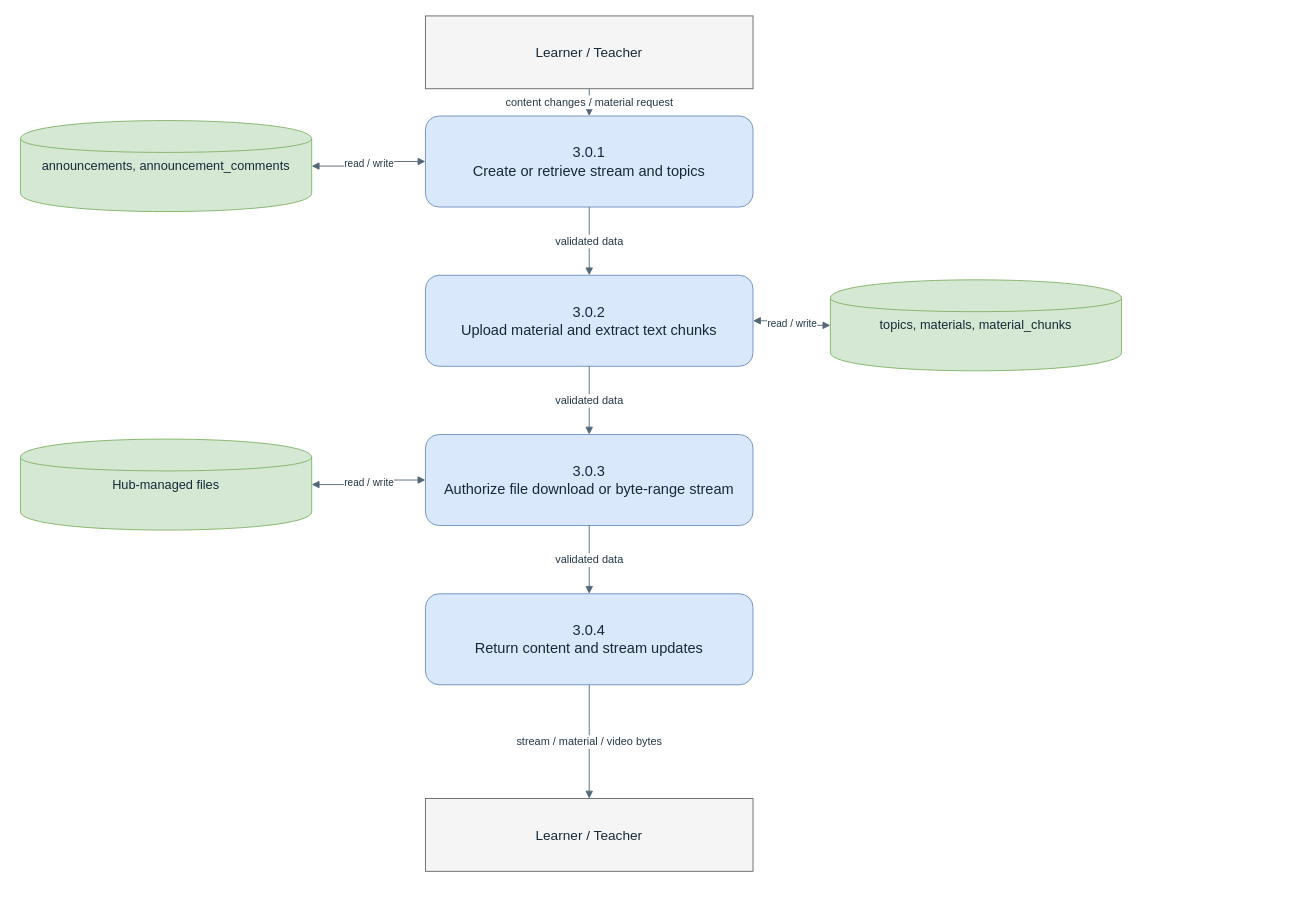
BootlegYouki/L.A.R.A keeps this draw.io diagram as docs/thesis/chapter-3/diagrams/dfd-level-2-stream-materials.drawio. Above is the earlier version. Source tidied: cells renumbered, new cells numbered last; positions are measured from the earlier drawing's top-left corner, leaving out a move shared by most shapes. Both pictures are drawn from the tidied source at 91%, with x=0, y=0 at pixel (20, 15).
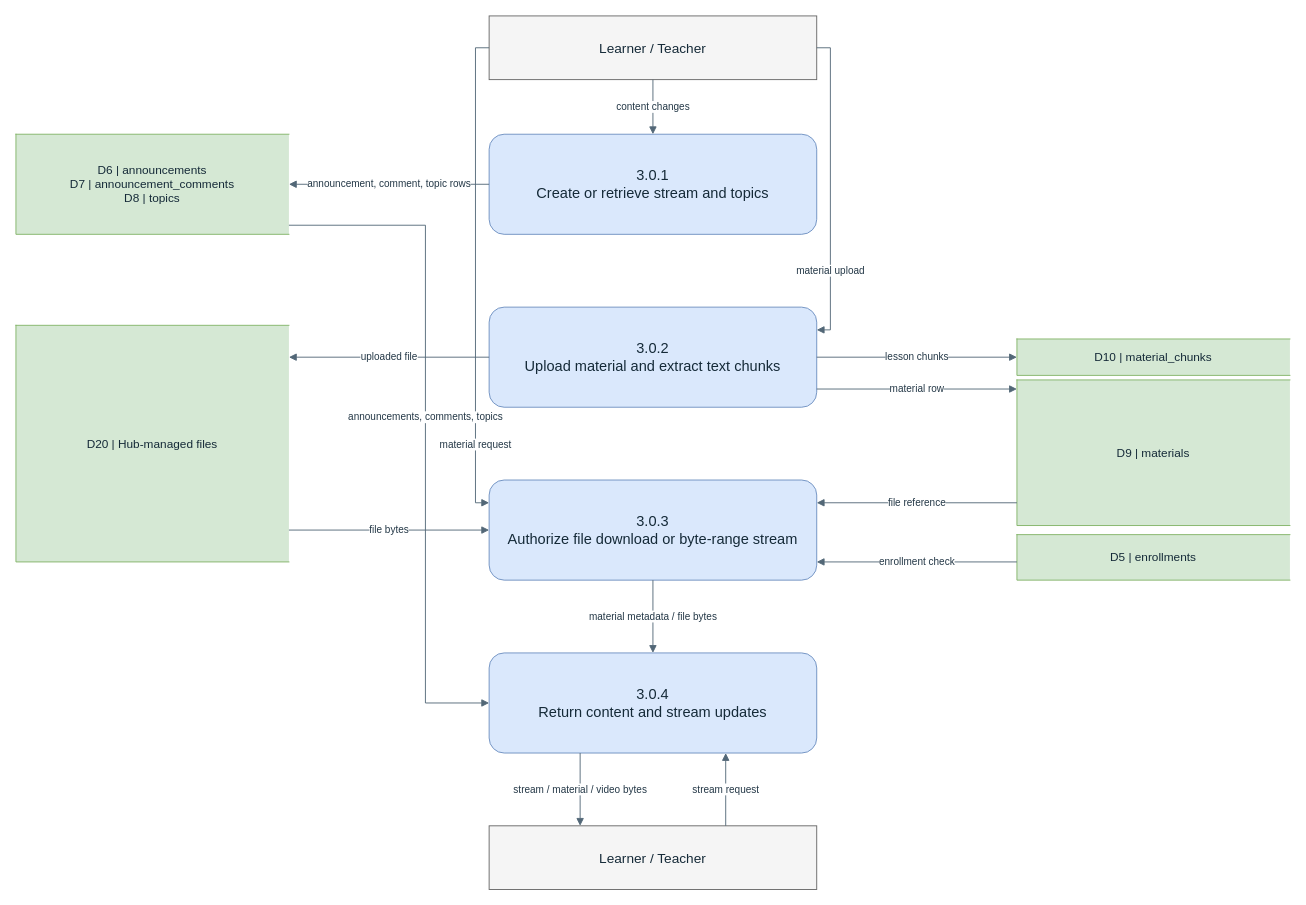
After the change.

The edit, as a diff of the source:
```diff
@@
     <mxCell id="2" value="Learner / Teacher" style="rounded=0;whiteSpace=wrap;html=1;fillColor=#f5f5f5;strokeColor=#666666;fontColor=#152a38;fontSize=15;align=center;verticalAlign=middle;spacing=6;" parent="1" vertex="1">
-      <mxGeometry x="445" width="360" height="80" as="geometry" />
+      <mxGeometry x="515" width="360" height="70" as="geometry" />
     </mxCell>
-    <mxCell id="3" value="Learner / Teacher" style="rounded=0;whiteSpace=wrap;html=1;fillColor=#f5f5f5;strokeColor=#666666;fontColor=#152a38;fontSize=15;align=center;verticalAlign=middle;spacing=6;" parent="1" vertex="1">
-      <mxGeometry x="445" y="860" width="360" height="80" as="geometry" />
+    <mxCell id="3" value="3.0.1&#10;Create or retrieve stream and topics" style="rounded=1;whiteSpace=wrap;html=1;fillColor=#dae8fc;strokeColor=#6c8ebf;fontColor=#152a38;fontSize=16;align=center;verticalAlign=middle;spacing=6;" parent="1" vertex="1">
+      <mxGeometry x="515" y="130" width="360" height="110" as="geometry" />
     </mxCell>
-    <mxCell id="4" value="3.0.1&#10;Create or retrieve stream and topics" style="rounded=1;whiteSpace=wrap;html=1;fillColor=#dae8fc;strokeColor=#6c8ebf;fontColor=#152a38;fontSize=16;align=center;verticalAlign=middle;spacing=6;" parent="1" vertex="1">
-      <mxGeometry x="445" y="110" width="360" height="100" as="geometry" />
+    <mxCell id="4" value="3.0.2&#10;Upload material and extract text chunks" style="rounded=1;whiteSpace=wrap;html=1;fillColor=#dae8fc;strokeColor=#6c8ebf;fontColor=#152a38;fontSize=16;align=center;verticalAlign=middle;spacing=6;" parent="1" vertex="1">
+      <mxGeometry x="515" y="320" width="360" height="110" as="geometry" />
     </mxCell>
-    <mxCell id="5" value="3.0.2&#10;Upload material and extract text chunks" style="rounded=1;whiteSpace=wrap;html=1;fillColor=#dae8fc;strokeColor=#6c8ebf;fontColor=#152a38;fontSize=16;align=center;verticalAlign=middle;spacing=6;" parent="1" vertex="1">
-      <mxGeometry x="445" y="285" width="360" height="100" as="geometry" />
+    <mxCell id="5" value="3.0.3&#10;Authorize file download or byte-range stream" style="rounded=1;whiteSpace=wrap;html=1;fillColor=#dae8fc;strokeColor=#6c8ebf;fontColor=#152a38;fontSize=16;align=center;verticalAlign=middle;spacing=6;" parent="1" vertex="1">
+      <mxGeometry x="515" y="510" width="360" height="110" as="geometry" />
     </mxCell>
-    <mxCell id="6" value="3.0.3&#10;Authorize file download or byte-range stream" style="rounded=1;whiteSpace=wrap;html=1;fillColor=#dae8fc;strokeColor=#6c8ebf;fontColor=#152a38;fontSize=16;align=center;verticalAlign=middle;spacing=6;" parent="1" vertex="1">
-      <mxGeometry x="445" y="460" width="360" height="100" as="geometry" />
+    <mxCell id="6" value="3.0.4&#10;Return content and stream updates" style="rounded=1;whiteSpace=wrap;html=1;fillColor=#dae8fc;strokeColor=#6c8ebf;fontColor=#152a38;fontSize=16;align=center;verticalAlign=middle;spacing=6;" parent="1" vertex="1">
+      <mxGeometry x="515" y="700" width="360" height="110" as="geometry" />
     </mxCell>
-    <mxCell id="7" value="3.0.4&#10;Return content and stream updates" style="rounded=1;whiteSpace=wrap;html=1;fillColor=#dae8fc;strokeColor=#6c8ebf;fontColor=#152a38;fontSize=16;align=center;verticalAlign=middle;spacing=6;" parent="1" vertex="1">
-      <mxGeometry x="445" y="635" width="360" height="100" as="geometry" />
+    <mxCell id="7" value="Learner / Teacher" style="rounded=0;whiteSpace=wrap;html=1;fillColor=#f5f5f5;strokeColor=#666666;fontColor=#152a38;fontSize=15;align=center;verticalAlign=middle;spacing=6;" parent="1" vertex="1">
+      <mxGeometry x="515" y="890" width="360" height="70" as="geometry" />
     </mxCell>
-    <mxCell id="8" value="announcements, announcement_comments" style="shape=cylinder;whiteSpace=wrap;html=1;fillColor=#d5e8d4;strokeColor=#82b366;fontColor=#152a38;fontSize=14;align=center;verticalAlign=middle;spacing=6;" parent="1" vertex="1">
-      <mxGeometry y="115" width="320" height="100" as="geometry" />
+    <mxCell id="8" value="D6 | announcements&#10;D7 | announcement_comments&#10;D8 | topics" style="shape=partialRectangle;left=1;right=0;top=1;bottom=1;whiteSpace=wrap;html=1;fillColor=#d5e8d4;strokeColor=#82b366;fontColor=#152a38;fontSize=13;align=center;verticalAlign=middle;spacing=5;" parent="1" vertex="1">
+      <mxGeometry x="-5" y="130" width="300" height="110" as="geometry" />
     </mxCell>
-    <mxCell id="9" value="topics, materials, material_chunks" style="shape=cylinder;whiteSpace=wrap;html=1;fillColor=#d5e8d4;strokeColor=#82b366;fontColor=#152a38;fontSize=14;align=center;verticalAlign=middle;spacing=6;" parent="1" vertex="1">
-      <mxGeometry x="890" y="290" width="320" height="100" as="geometry" />
+    <mxCell id="9" value="D20 | Hub-managed files" style="shape=partialRectangle;left=1;right=0;top=1;bottom=1;whiteSpace=wrap;html=1;fillColor=#d5e8d4;strokeColor=#82b366;fontColor=#152a38;fontSize=13;align=center;verticalAlign=middle;spacing=5;" parent="1" vertex="1">
+      <mxGeometry x="-5" y="340" width="300" height="260" as="geometry" />
     </mxCell>
-    <mxCell id="10" value="Hub-managed files" style="shape=cylinder;whiteSpace=wrap;html=1;fillColor=#d5e8d4;strokeColor=#82b366;fontColor=#152a38;fontSize=14;align=center;verticalAlign=middle;spacing=6;" parent="1" vertex="1">
-      <mxGeometry y="465" width="320" height="100" as="geometry" />
+    <mxCell id="10" value="D10 | material_chunks" style="shape=partialRectangle;left=1;right=0;top=1;bottom=1;whiteSpace=wrap;html=1;fillColor=#d5e8d4;strokeColor=#82b366;fontColor=#152a38;fontSize=13;align=center;verticalAlign=middle;spacing=5;" parent="1" vertex="1">
+      <mxGeometry x="1095" y="355" width="300" height="40" as="geometry" />
     </mxCell>
-    <mxCell id="11" value="content changes / material request" style="edgeStyle=orthogonalEdgeStyle;rounded=0;jettySize=auto;html=1;strokeColor=#526777;fontColor=#233746;fontSize=12;endArrow=block;endFill=1;labelBackgroundColor=#ffffff;" parent="1" edge="1" source="2" target="4">
-      <mxGeometry relative="1" as="geometry" />
+    <mxCell id="11" value="D9 | materials" style="shape=partialRectangle;left=1;right=0;top=1;bottom=1;whiteSpace=wrap;html=1;fillColor=#d5e8d4;strokeColor=#82b366;fontColor=#152a38;fontSize=13;align=center;verticalAlign=middle;spacing=5;" parent="1" vertex="1">
+      <mxGeometry x="1095" y="400" width="300" height="160" as="geometry" />
     </mxCell>
-    <mxCell id="12" value="validated data" style="edgeStyle=orthogonalEdgeStyle;rounded=0;jettySize=auto;html=1;strokeColor=#526777;fontColor=#233746;fontSize=12;endArrow=block;endFill=1;labelBackgroundColor=#ffffff;" parent="1" edge="1" source="4" target="5">
-      <mxGeometry relative="1" as="geometry" />
+    <mxCell id="12" value="D5 | enrollments" style="shape=partialRectangle;left=1;right=0;top=1;bottom=1;whiteSpace=wrap;html=1;fillColor=#d5e8d4;strokeColor=#82b366;fontColor=#152a38;fontSize=13;align=center;verticalAlign=middle;spacing=5;" parent="1" vertex="1">
+      <mxGeometry x="1095" y="570" width="300" height="50" as="geometry" />
     </mxCell>
-    <mxCell id="13" value="validated data" style="edgeStyle=orthogonalEdgeStyle;rounded=0;jettySize=auto;html=1;strokeColor=#526777;fontColor=#233746;fontSize=12;endArrow=block;endFill=1;labelBackgroundColor=#ffffff;" parent="1" edge="1" source="5" target="6">
+    <mxCell id="13" value="content changes" style="rounded=0;html=1;strokeColor=#526777;fontColor=#233746;fontSize=11;endArrow=block;endFill=1;labelBackgroundColor=#ffffff;exitX=0.5;exitY=1.0;exitDx=0;exitDy=0;entryX=0.5;entryY=0.0;entryDx=0;entryDy=0;" parent="1" edge="1" source="2" target="3">
       <mxGeometry relative="1" as="geometry" />
     </mxCell>
-    <mxCell id="14" value="validated data" style="edgeStyle=orthogonalEdgeStyle;rounded=0;jettySize=auto;html=1;strokeColor=#526777;fontColor=#233746;fontSize=12;endArrow=block;endFill=1;labelBackgroundColor=#ffffff;" parent="1" edge="1" source="6" target="7">
+    <mxCell id="14" value="announcement, comment, topic rows" style="rounded=0;html=1;strokeColor=#526777;fontColor=#233746;fontSize=11;endArrow=block;endFill=1;labelBackgroundColor=#ffffff;exitX=0.0;exitY=0.5;exitDx=0;exitDy=0;entryX=1.0;entryY=0.5;entryDx=0;entryDy=0;" parent="1" edge="1" source="3" target="8">
       <mxGeometry relative="1" as="geometry" />
     </mxCell>
-    <mxCell id="15" value="stream / material / video bytes" style="edgeStyle=orthogonalEdgeStyle;rounded=0;jettySize=auto;html=1;strokeColor=#526777;fontColor=#233746;fontSize=12;endArrow=block;endFill=1;labelBackgroundColor=#ffffff;" parent="1" edge="1" source="7" target="3">
-      <mxGeometry relative="1" as="geometry" />
+    <mxCell id="15" value="material upload" style="rounded=0;html=1;strokeColor=#526777;fontColor=#233746;fontSize=11;endArrow=block;endFill=1;labelBackgroundColor=#ffffff;exitX=1.0;exitY=0.5;exitDx=0;exitDy=0;entryX=1.0;entryY=0.2273;entryDx=0;entryDy=0;" parent="1" edge="1" source="2" target="4">
+      <mxGeometry x="0.53" relative="1" as="geometry">
+        <Array as="points">
+          <mxPoint x="890" y="35" />
+          <mxPoint x="890" y="345" />
+        </Array>
+      </mxGeometry>
     </mxCell>
-    <mxCell id="16" value="read / write" style="edgeStyle=orthogonalEdgeStyle;rounded=0;html=1;strokeColor=#526777;fontColor=#233746;fontSize=11;startArrow=block;endArrow=block;startFill=1;endFill=1;labelBackgroundColor=#ffffff;" parent="1" edge="1" source="4" target="8">
+    <mxCell id="16" value="lesson chunks" style="rounded=0;html=1;strokeColor=#526777;fontColor=#233746;fontSize=11;endArrow=block;endFill=1;labelBackgroundColor=#ffffff;exitX=1.0;exitY=0.5;exitDx=0;exitDy=0;entryX=0.0;entryY=0.5;entryDx=0;entryDy=0;" parent="1" edge="1" source="4" target="10">
       <mxGeometry relative="1" as="geometry" />
     </mxCell>
-    <mxCell id="17" value="read / write" style="edgeStyle=orthogonalEdgeStyle;rounded=0;html=1;strokeColor=#526777;fontColor=#233746;fontSize=11;startArrow=block;endArrow=block;startFill=1;endFill=1;labelBackgroundColor=#ffffff;" parent="1" edge="1" source="5" target="9">
+    <mxCell id="17" value="material row" style="rounded=0;html=1;strokeColor=#526777;fontColor=#233746;fontSize=11;endArrow=block;endFill=1;labelBackgroundColor=#ffffff;exitX=1.0;exitY=0.8182;exitDx=0;exitDy=0;entryX=0.0;entryY=0.0625;entryDx=0;entryDy=0;" parent="1" edge="1" source="4" target="11">
       <mxGeometry relative="1" as="geometry" />
     </mxCell>
-    <mxCell id="18" value="read / write" style="edgeStyle=orthogonalEdgeStyle;rounded=0;html=1;strokeColor=#526777;fontColor=#233746;fontSize=11;startArrow=block;endArrow=block;startFill=1;endFill=1;labelBackgroundColor=#ffffff;" parent="1" edge="1" source="6" target="10">
+    <mxCell id="18" value="uploaded file" style="rounded=0;html=1;strokeColor=#526777;fontColor=#233746;fontSize=11;endArrow=block;endFill=1;labelBackgroundColor=#ffffff;exitX=0.0;exitY=0.5;exitDx=0;exitDy=0;entryX=1.0;entryY=0.1346;entryDx=0;entryDy=0;" parent="1" edge="1" source="4" target="9">
       <mxGeometry relative="1" as="geometry" />
     </mxCell>
+    <mxCell id="19" value="material request" style="rounded=0;html=1;strokeColor=#526777;fontColor=#233746;fontSize=11;endArrow=block;endFill=1;labelBackgroundColor=#ffffff;exitX=0.0;exitY=0.5;exitDx=0;exitDy=0;entryX=0.0;entryY=0.2273;entryDx=0;entryDy=0;" parent="1" edge="1" source="2" target="5">
+      <mxGeometry x="0.7" relative="1" as="geometry">
+        <Array as="points">
+          <mxPoint x="500" y="35" />
+          <mxPoint x="500" y="535" />
+        </Array>
+      </mxGeometry>
+    </mxCell>
+    <mxCell id="20" value="file reference" style="rounded=0;html=1;strokeColor=#526777;fontColor=#233746;fontSize=11;endArrow=block;endFill=1;labelBackgroundColor=#ffffff;exitX=0.0;exitY=0.8438;exitDx=0;exitDy=0;entryX=1.0;entryY=0.2273;entryDx=0;entryDy=0;" parent="1" edge="1" source="11" target="5">
+      <mxGeometry relative="1" as="geometry" />
+    </mxCell>
+    <mxCell id="21" value="file bytes" style="rounded=0;html=1;strokeColor=#526777;fontColor=#233746;fontSize=11;endArrow=block;endFill=1;labelBackgroundColor=#ffffff;exitX=1.0;exitY=0.8654;exitDx=0;exitDy=0;entryX=0.0;entryY=0.5;entryDx=0;entryDy=0;" parent="1" edge="1" source="9" target="5">
+      <mxGeometry relative="1" as="geometry" />
+    </mxCell>
+    <mxCell id="22" value="enrollment check" style="rounded=0;html=1;strokeColor=#526777;fontColor=#233746;fontSize=11;endArrow=block;endFill=1;labelBackgroundColor=#ffffff;exitX=0.0;exitY=0.6;exitDx=0;exitDy=0;entryX=1.0;entryY=0.8182;entryDx=0;entryDy=0;" parent="1" edge="1" source="12" target="5">
+      <mxGeometry relative="1" as="geometry" />
+    </mxCell>
+    <mxCell id="23" value="material metadata / file bytes" style="rounded=0;html=1;strokeColor=#526777;fontColor=#233746;fontSize=11;endArrow=block;endFill=1;labelBackgroundColor=#ffffff;exitX=0.5;exitY=1.0;exitDx=0;exitDy=0;entryX=0.5;entryY=0.0;entryDx=0;entryDy=0;" parent="1" edge="1" source="5" target="6">
+      <mxGeometry relative="1" as="geometry" />
+    </mxCell>
+    <mxCell id="24" value="announcements, comments, topics" style="rounded=0;html=1;strokeColor=#526777;fontColor=#233746;fontSize=11;endArrow=block;endFill=1;labelBackgroundColor=#ffffff;exitX=1.0;exitY=0.9091;exitDx=0;exitDy=0;entryX=0.0;entryY=0.5;entryDx=0;entryDy=0;" parent="1" edge="1" source="8" target="6">
+      <mxGeometry x="-0.03" relative="1" as="geometry">
+        <Array as="points">
+          <mxPoint x="445" y="230" />
+          <mxPoint x="445" y="755" />
+        </Array>
+      </mxGeometry>
+    </mxCell>
+    <mxCell id="25" value="stream / material / video bytes" style="rounded=0;html=1;strokeColor=#526777;fontColor=#233746;fontSize=11;endArrow=block;endFill=1;labelBackgroundColor=#ffffff;exitX=0.2778;exitY=1.0;exitDx=0;exitDy=0;entryX=0.2778;entryY=0.0;entryDx=0;entryDy=0;" parent="1" edge="1" source="6" target="7">
+      <mxGeometry relative="1" as="geometry" />
+    </mxCell>
+    <mxCell id="26" value="stream request" style="rounded=0;html=1;strokeColor=#526777;fontColor=#233746;fontSize=11;endArrow=block;endFill=1;labelBackgroundColor=#ffffff;exitX=0.7222;exitY=0.0;exitDx=0;exitDy=0;entryX=0.7222;entryY=1.0;entryDx=0;entryDy=0;" parent="1" edge="1" source="7" target="6">
+      <mxGeometry relative="1" as="geometry" />
+    </mxCell>
```
